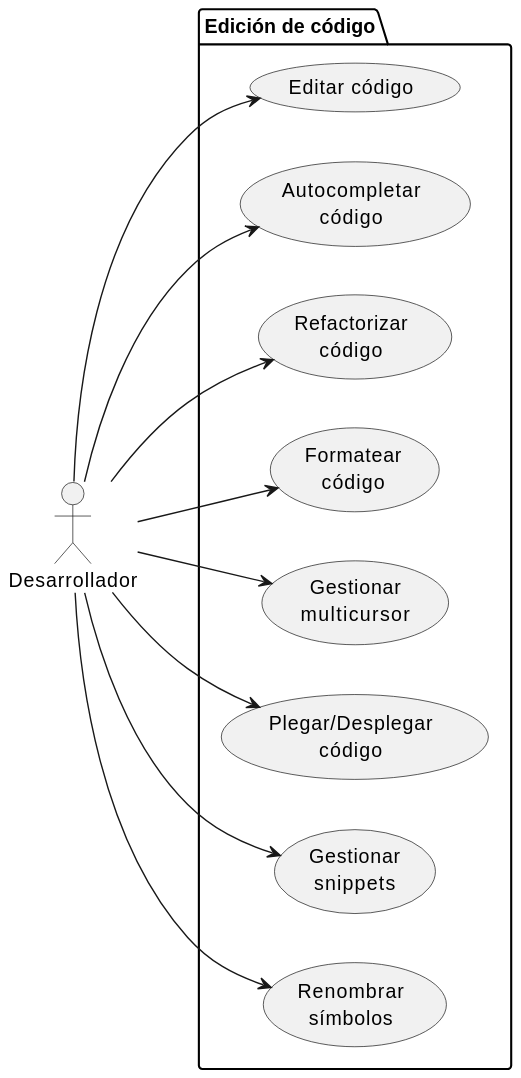
Before: images/UNEATLANTICO/idsw1/vscode/ddr-AyCdU-v1-01.svg, a diagram exported from PlantUML (mmasias/mmasias). Its diagram source:
```plantuml
@startuml
left to right direction

actor "Desarrollador" as Developer

package "Edición de código" {
    usecase "Editar código" as EC1
    usecase "Autocompletar\ncódigo" as EC2
    usecase "Refactorizar\ncódigo" as EC3
    usecase "Formatear\ncódigo" as EC4
    usecase "Gestionar\nmulticursor" as EC5
    usecase "Plegar/Desplegar\ncódigo" as EC6
    usecase "Gestionar\nsnippets" as EC7
    usecase "Renombrar\nsímbolos" as EC8

    Developer --> EC1
    Developer --> EC2
    Developer --> EC3
    Developer --> EC4
    Developer --> EC5
    Developer --> EC6
    Developer --> EC7
    Developer --> EC8
}
@enduml
```
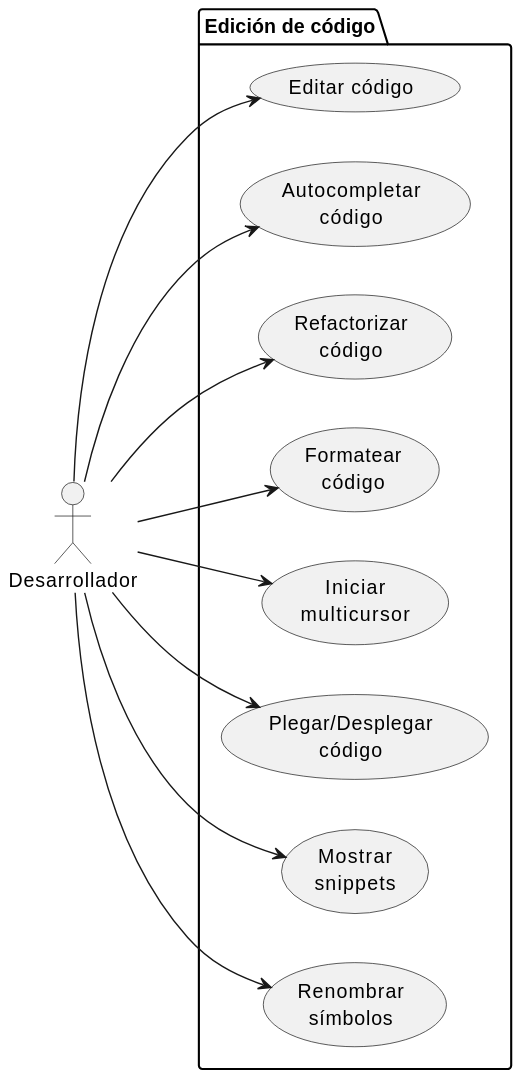
The same diagram one commit later.

Diff of the diagram source:
```diff
@@ -8,9 +8,9 @@
     usecase "Autocompletar\ncódigo" as EC2
     usecase "Refactorizar\ncódigo" as EC3
     usecase "Formatear\ncódigo" as EC4
-    usecase "Gestionar\nmulticursor" as EC5
+    usecase "Iniciar\nmulticursor" as EC5
     usecase "Plegar/Desplegar\ncódigo" as EC6
-    usecase "Gestionar\nsnippets" as EC7
+    usecase "Mostrar\nsnippets" as EC7
     usecase "Renombrar\nsímbolos" as EC8
 
     Developer --> EC1
```
